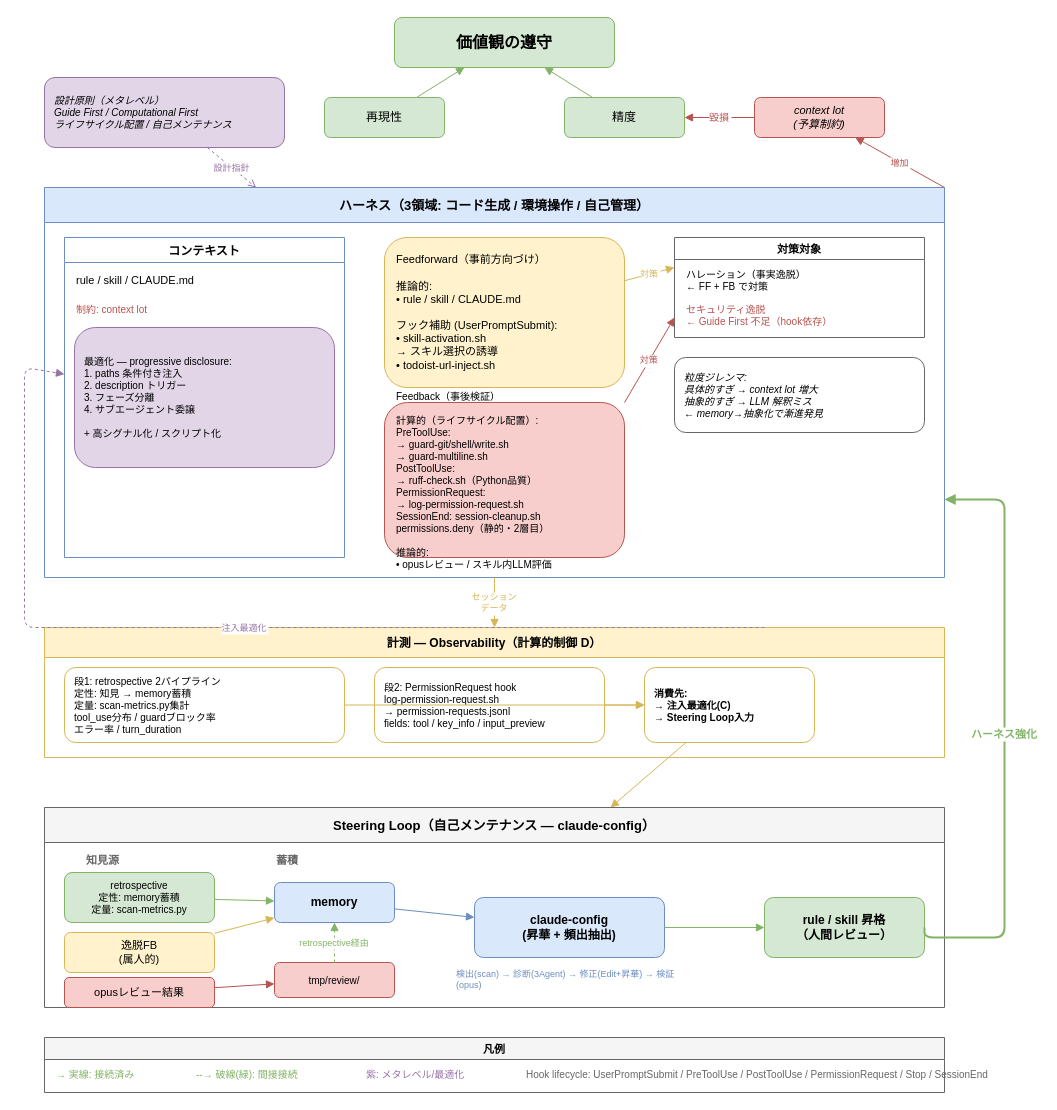
Before: docs/harness-engineering-full-v2.drawio in swat9013/dotfiles, a draw.io diagram. Source tidied: cells renumbered, new cells numbered last; positions are measured from the earlier drawing's top-left corner, leaving out a move shared by most shapes. Both pictures are drawn from the tidied source at 100%, with x=0, y=0 at pixel (24, 17).
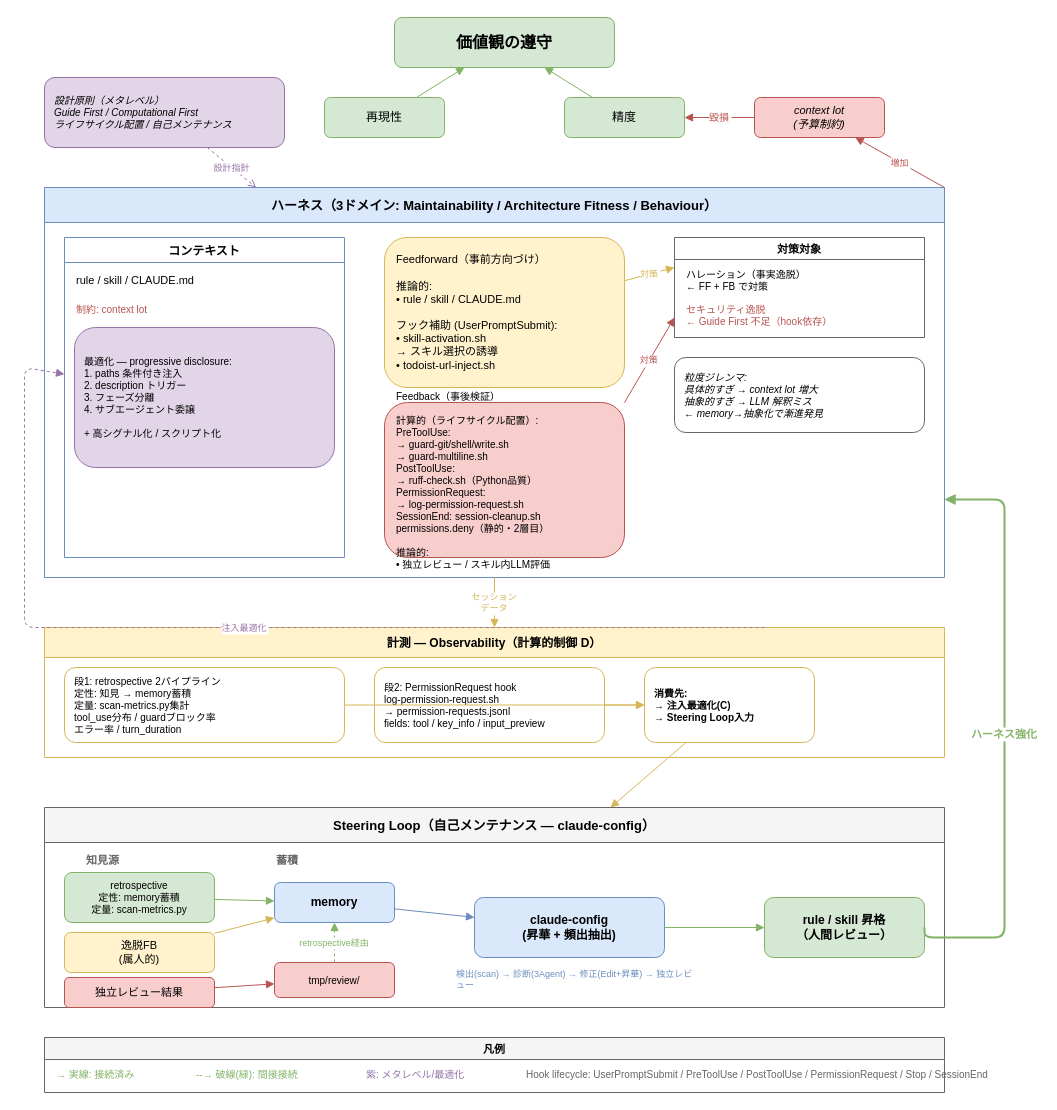
Above is the later version.

The change refers to these unchanged cells:
```xml
<mxCell id="33" value="Steering Loop（自己メンテナンス — claude-config）" style="swimlane;fillColor=#f5f5f5;strokeColor=#666666;fontStyle=1;fontSize=13;startSize=35;" parent="1" vertex="1">
  <mxGeometry x="20" y="790" width="900" height="200" as="geometry" />
</mxCell>
```

The edit, as a diff of the source:
```diff
@@
-    <mxCell id="11" value="ハーネス（3領域: コード生成 / 環境操作 / 自己管理）" style="swimlane;fillColor=#dae8fc;strokeColor=#6c8ebf;fontStyle=1;fontSize=13;startSize=35;" parent="1" vertex="1">
+    <mxCell id="11" value="ハーネス（3ドメイン: Maintainability / Architecture Fitness / Behaviour）" style="swimlane;fillColor=#dae8fc;strokeColor=#6c8ebf;fontStyle=1;fontSize=13;startSize=35;" parent="1" vertex="1">
       <mxGeometry x="20" y="170" width="900" height="390" as="geometry" />
     </mxCell>
@@
-    <mxCell id="17" value="Feedback（事後検証）&#10;&#10;計算的（ライフサイクル配置）:&#10;PreToolUse:&#10; → guard-git/shell/write.sh&#10; → guard-multiline.sh&#10;PostToolUse:&#10; → ruff-check.sh（Python品質）&#10;PermissionRequest:&#10; → log-permission-request.sh&#10;SessionEnd: session-cleanup.sh&#10;permissions.deny（静的・2層目）&#10;&#10;推論的:&#10;• opusレビュー / スキル内LLM評価" style="rounded=1;whiteSpace=wrap;fillColor=#f8cecc;strokeColor=#b85450;fontSize=10;align=left;spacingLeft=10;" parent="11" vertex="1">
+    <mxCell id="17" value="Feedback（事後検証）&#10;&#10;計算的（ライフサイクル配置）:&#10;PreToolUse:&#10; → guard-git/shell/write.sh&#10; → guard-multiline.sh&#10;PostToolUse:&#10; → ruff-check.sh（Python品質）&#10;PermissionRequest:&#10; → log-permission-request.sh&#10;SessionEnd: session-cleanup.sh&#10;permissions.deny（静的・2層目）&#10;&#10;推論的:&#10;• 独立レビュー / スキル内LLM評価" style="rounded=1;whiteSpace=wrap;fillColor=#f8cecc;strokeColor=#b85450;fontSize=10;align=left;spacingLeft=10;" parent="11" vertex="1">
       <mxGeometry x="340" y="215" width="240" height="155" as="geometry" />
     </mxCell>
@@
-    <mxCell id="38" value="opusレビュー結果" style="rounded=1;whiteSpace=wrap;fillColor=#f8cecc;strokeColor=#b85450;fontSize=11;" parent="33" vertex="1">
+    <mxCell id="38" value="独立レビュー結果" style="rounded=1;whiteSpace=wrap;fillColor=#f8cecc;strokeColor=#b85450;fontSize=11;" parent="33" vertex="1">
       <mxGeometry x="20" y="170" width="150" height="30" as="geometry" />
     </mxCell>
@@
-    <mxCell id="42" value="検出(scan) → 診断(3Agent) → 修正(Edit+昇華) → 検証(opus)" style="text;whiteSpace=wrap;fillColor=none;strokeColor=none;fontSize=9;fontColor=#6c8ebf;align=left;" parent="33" vertex="1">
+    <mxCell id="42" value="検出(scan) → 診断(3Agent) → 修正(Edit+昇華) → 独立レビュー" style="text;whiteSpace=wrap;fillColor=none;strokeColor=none;fontSize=9;fontColor=#6c8ebf;align=left;" parent="33" vertex="1">
       <mxGeometry x="410" y="155" width="240" height="20" as="geometry" />
     </mxCell>
```
